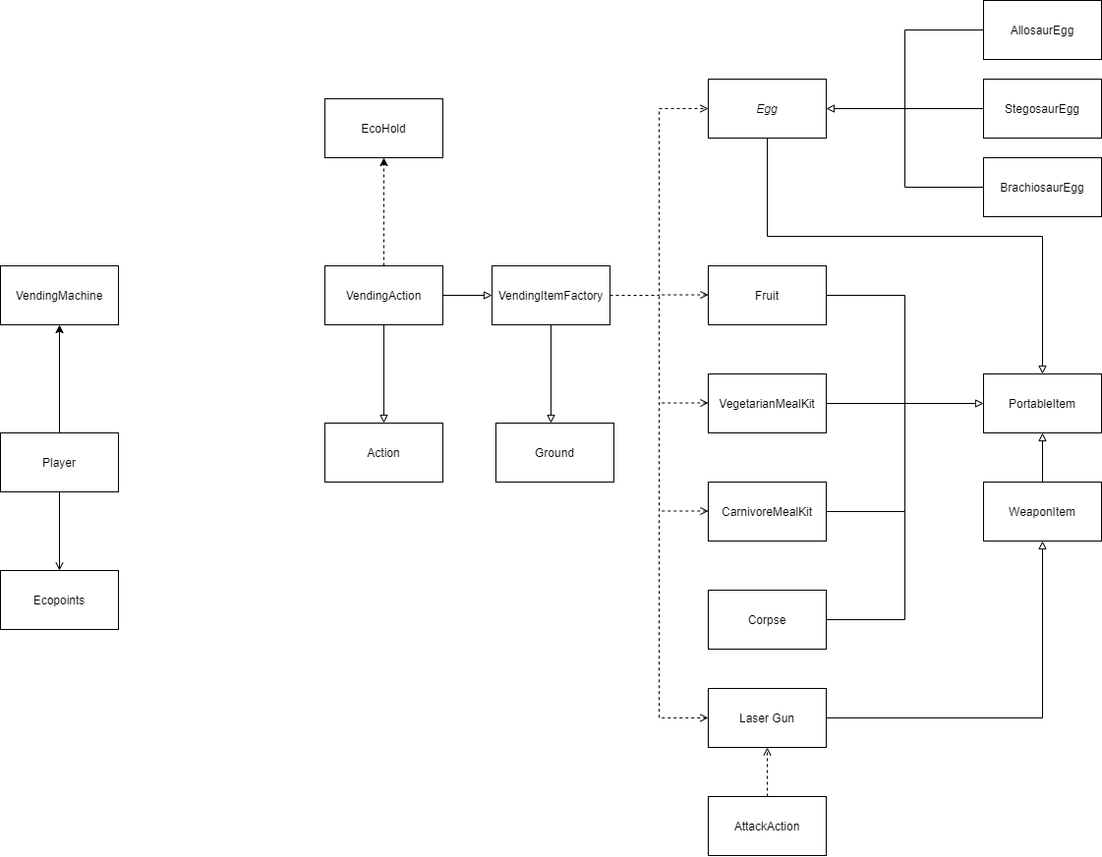
The draw.io diagram docs/FIT2099_A1_UML_ItemsVendingMachine.png in Nochl/Jurrasic_Park_Sim, before a commit. Source tidied: cells renumbered, new cells last; positions are measured from the earlier drawing's top-left corner, leaving out a move shared by most shapes.
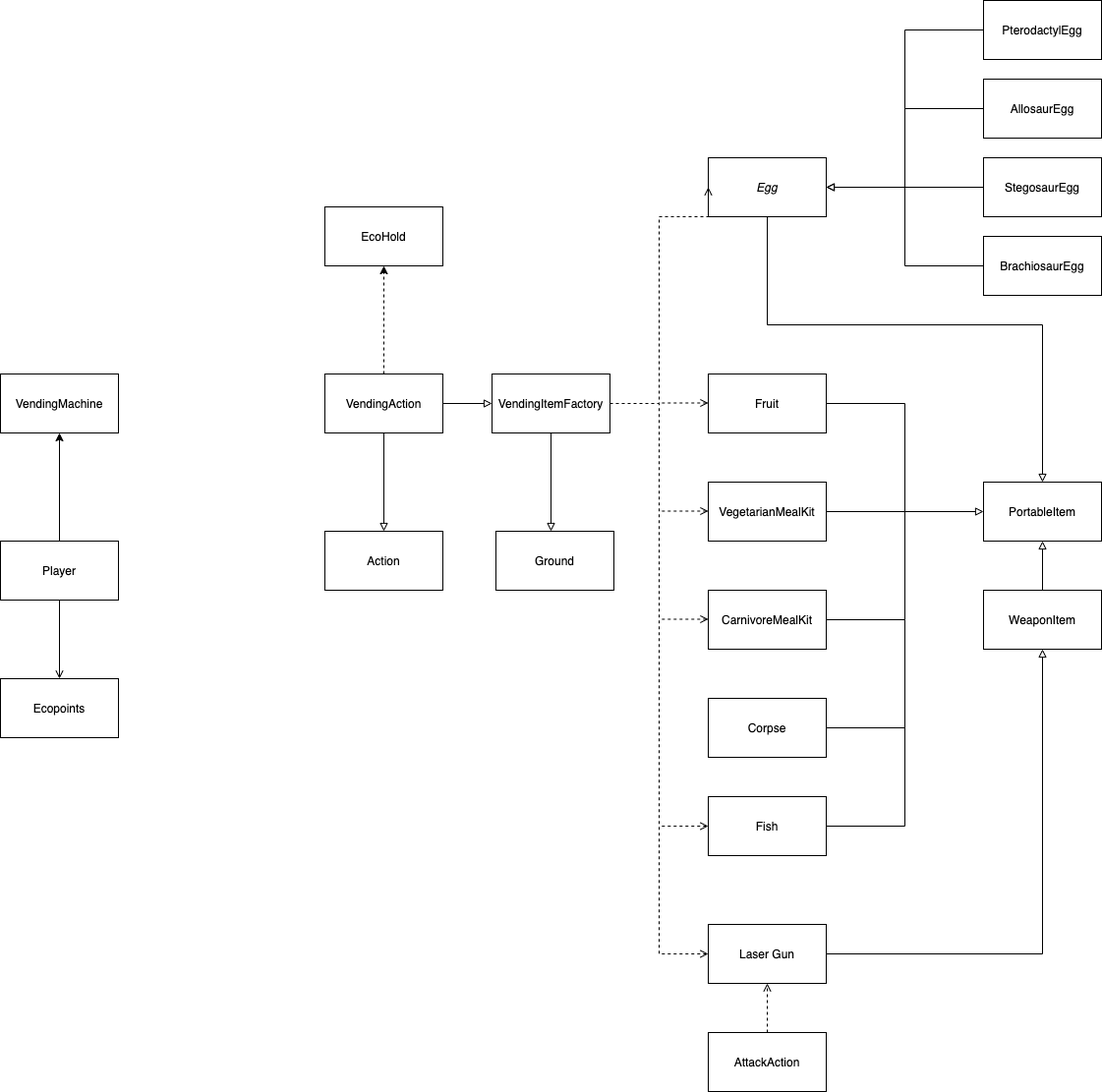
After the change.

Commit message:
Added new Pterodactyl, Pterodactylegg, Fish, lake. Also added multiplicities and amended some relation issues

What changed in the source:
```diff
@@ -5,18 +5,18 @@
     <mxCell id="2" style="edgeStyle=orthogonalEdgeStyle;rounded=0;jettySize=auto;html=1;entryX=0.5;entryY=0;entryDx=0;entryDy=0;startArrow=none;startFill=0;endArrow=block;endFill=0;exitX=0.5;exitY=1;exitDx=0;exitDy=0;" parent="1" edge="1" source="3" target="17">
       <mxGeometry relative="1" as="geometry">
         <Array as="points">
-          <mxPoint x="780" y="240" />
-          <mxPoint x="1060" y="240" />
+          <mxPoint x="780" y="220" />
+          <mxPoint x="1060" y="220" />
         </Array>
       </mxGeometry>
     </mxCell>
     <mxCell id="3" value="&lt;i&gt;Egg&lt;/i&gt;" style="whiteSpace=wrap;html=1;" parent="1" vertex="1">
-      <mxGeometry x="720" y="80" width="120" height="60" as="geometry" />
+      <mxGeometry x="720" y="50" width="120" height="60" as="geometry" />
     </mxCell>
     <mxCell id="4" style="edgeStyle=orthogonalEdgeStyle;rounded=0;jettySize=auto;html=1;entryX=0.5;entryY=1;entryDx=0;entryDy=0;endArrow=block;endFill=0;" parent="1" edge="1" source="6" target="19">
       <mxGeometry relative="1" as="geometry">
         <Array as="points">
-          <mxPoint x="1060" y="730" />
+          <mxPoint x="1060" y="860" />
         </Array>
       </mxGeometry>
     </mxCell>
@@ -26,7 +26,7 @@
       </mxGeometry>
     </mxCell>
     <mxCell id="6" value="Laser Gun" style="rounded=0;whiteSpace=wrap;html=1;" parent="1" vertex="1">
-      <mxGeometry x="720" y="700" width="120" height="60" as="geometry" />
+      <mxGeometry x="720" y="830" width="120" height="60" as="geometry" />
     </mxCell>
     <mxCell id="7" style="edgeStyle=orthogonalEdgeStyle;rounded=0;jettySize=auto;html=1;exitX=1;exitY=0.5;exitDx=0;exitDy=0;endArrow=none;endFill=0;" parent="1" edge="1" source="8">
       <mxGeometry relative="1" as="geometry">
@@ -124,23 +124,23 @@
       <mxGeometry relative="1" as="geometry" />
     </mxCell>
     <mxCell id="32" style="edgeStyle=orthogonalEdgeStyle;rounded=0;jettySize=auto;html=1;exitX=0;exitY=0.5;exitDx=0;exitDy=0;startArrow=none;startFill=0;endArrow=none;endFill=0;" parent="1" edge="1" source="36">
-      <mxGeometry x="710" y="380" as="geometry">
-        <mxPoint x="920" y="110" as="targetPoint" />
+      <mxGeometry x="710" y="350" as="geometry">
+        <mxPoint x="920" y="80" as="targetPoint" />
       </mxGeometry>
     </mxCell>
     <mxCell id="33" style="edgeStyle=orthogonalEdgeStyle;rounded=0;jettySize=auto;html=1;startArrow=none;startFill=0;endArrow=none;endFill=0;" parent="1" edge="1" source="35">
-      <mxGeometry x="710" y="380" as="geometry">
-        <mxPoint x="920" y="110" as="targetPoint" />
+      <mxGeometry x="710" y="350" as="geometry">
+        <mxPoint x="920" y="80" as="targetPoint" />
       </mxGeometry>
     </mxCell>
     <mxCell id="34" value="StegosaurEgg" style="whiteSpace=wrap;html=1;" parent="1" vertex="1">
-      <mxGeometry x="1000" y="80" width="120" height="60" as="geometry" />
+      <mxGeometry x="1000" y="50" width="120" height="60" as="geometry" />
     </mxCell>
     <mxCell id="35" value="AllosaurEgg" style="whiteSpace=wrap;html=1;" parent="1" vertex="1">
-      <mxGeometry x="1000" width="120" height="60" as="geometry" />
+      <mxGeometry x="1000" y="-30" width="120" height="60" as="geometry" />
     </mxCell>
     <mxCell id="36" value="BrachiosaurEgg" style="whiteSpace=wrap;html=1;" parent="1" vertex="1">
-      <mxGeometry x="1000" y="160" width="120" height="60" as="geometry" />
+      <mxGeometry x="1000" y="130" width="120" height="60" as="geometry" />
     </mxCell>
     <mxCell id="37" style="edgeStyle=orthogonalEdgeStyle;rounded=0;jettySize=auto;html=1;exitX=1;exitY=0.5;exitDx=0;exitDy=0;endArrow=none;endFill=0;" parent="1" edge="1" source="38">
       <mxGeometry relative="1" as="geometry">
@@ -154,7 +154,7 @@
       <mxGeometry relative="1" as="geometry" />
     </mxCell>
     <mxCell id="40" value="AttackAction" style="rounded=0;whiteSpace=wrap;html=1;" parent="1" vertex="1">
-      <mxGeometry x="720" y="810" width="120" height="60" as="geometry" />
+      <mxGeometry x="720" y="940" width="120" height="60" as="geometry" />
     </mxCell>
     <mxCell id="41" value="Ecopoints" style="whiteSpace=wrap;html=1;" parent="1" vertex="1">
       <mxGeometry y="580" width="120" height="60" as="geometry" />
@@ -165,5 +165,37 @@
     <mxCell id="43" value="EcoHold" style="whiteSpace=wrap;html=1;" parent="1" vertex="1">
       <mxGeometry x="330" y="100" width="120" height="60" as="geometry" />
     </mxCell>
+    <mxCell id="44" value="PterodactylEgg" style="whiteSpace=wrap;html=1;" parent="1" vertex="1">
+      <mxGeometry x="1000" y="-110" width="120" height="60" as="geometry" />
+    </mxCell>
+    <mxCell id="45" style="edgeStyle=orthogonalEdgeStyle;rounded=0;jettySize=auto;html=1;startArrow=none;startFill=0;endArrow=block;endFill=0;exitX=0;exitY=0.5;exitDx=0;exitDy=0;entryX=1;entryY=0.5;entryDx=0;entryDy=0;" parent="1" edge="1" source="44" target="3">
+      <mxGeometry x="720" y="360" as="geometry">
+        <Array as="points">
+          <mxPoint x="920" y="-80" />
+          <mxPoint x="920" y="80" />
+        </Array>
+      </mxGeometry>
+    </mxCell>
+    <mxCell id="46" value="Fish" style="whiteSpace=wrap;html=1;" parent="1" vertex="1">
+      <mxGeometry x="720" y="700" width="120" height="60" as="geometry" />
+    </mxCell>
+    <mxCell id="47" style="edgeStyle=orthogonalEdgeStyle;rounded=0;jettySize=auto;html=1;exitX=0;exitY=0.5;exitDx=0;exitDy=0;dashed=1;endArrow=none;endFill=0;startArrow=open;startFill=0;" parent="1" edge="1" source="46">
+      <mxGeometry relative="1" as="geometry">
+        <mxPoint x="670" y="730" as="targetPoint" />
+        <Array as="points">
+          <mxPoint x="670" y="730" />
+        </Array>
+      </mxGeometry>
+    </mxCell>
+    <mxCell id="48" style="edgeStyle=orthogonalEdgeStyle;rounded=0;orthogonalLoop=1;jettySize=auto;html=1;endArrow=none;endFill=0;" parent="1" edge="1">
+      <mxGeometry relative="1" as="geometry">
+        <mxPoint x="840" y="730" as="sourcePoint" />
+        <mxPoint x="920" y="610" as="targetPoint" />
+        <Array as="points">
+          <mxPoint x="840" y="730" />
+          <mxPoint x="920" y="730" />
+        </Array>
+      </mxGeometry>
+    </mxCell>
   </root>
 </mxGraphModel>
```
